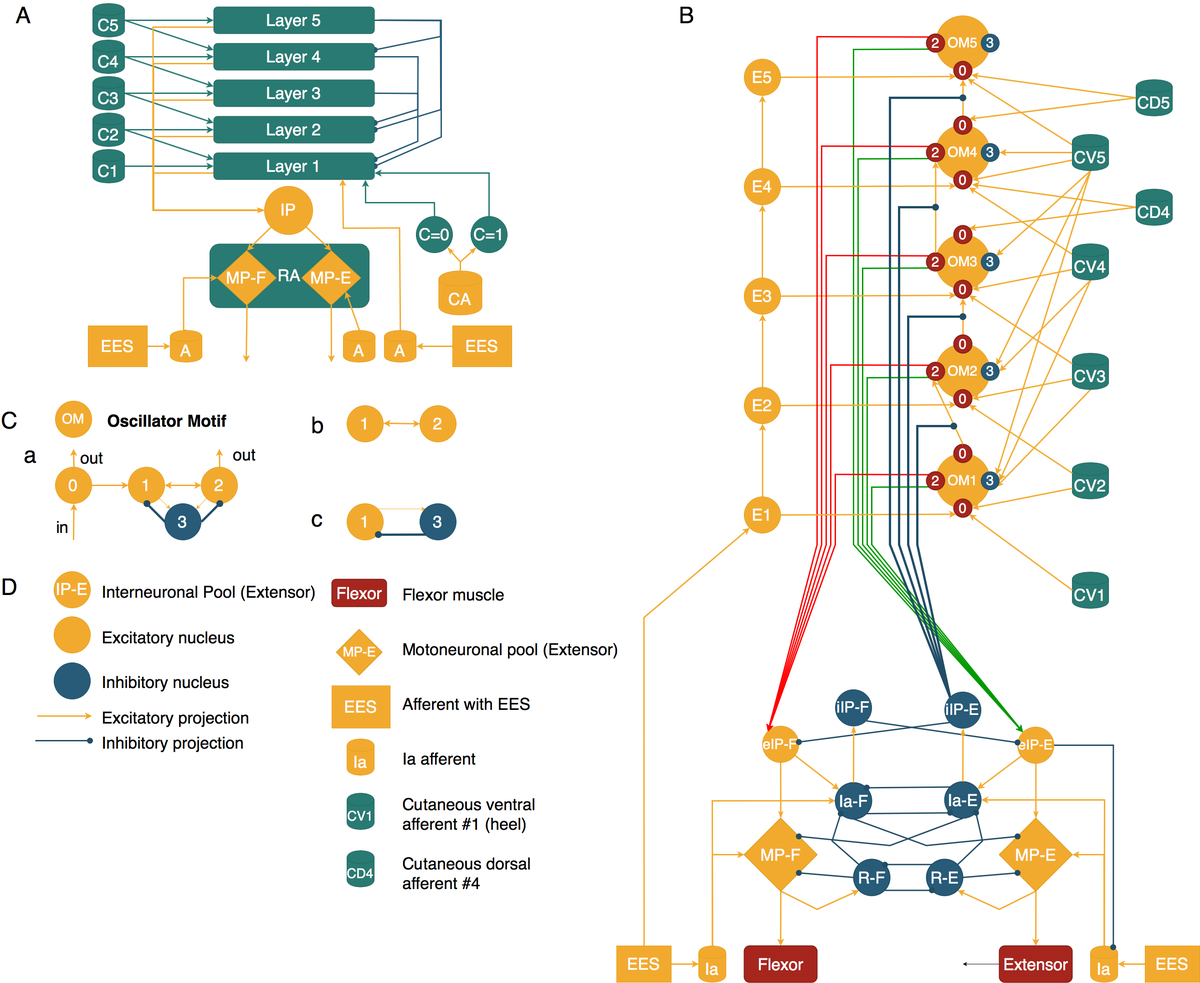
The draw.io diagram doc/diagram/cpg_FE_combined.png in research-team/memristive-spinal-cord, before a commit. Source tidied: cells renumbered, new cells last; positions are measured from the earlier drawing's top-left corner, leaving out a move shared by most shapes.
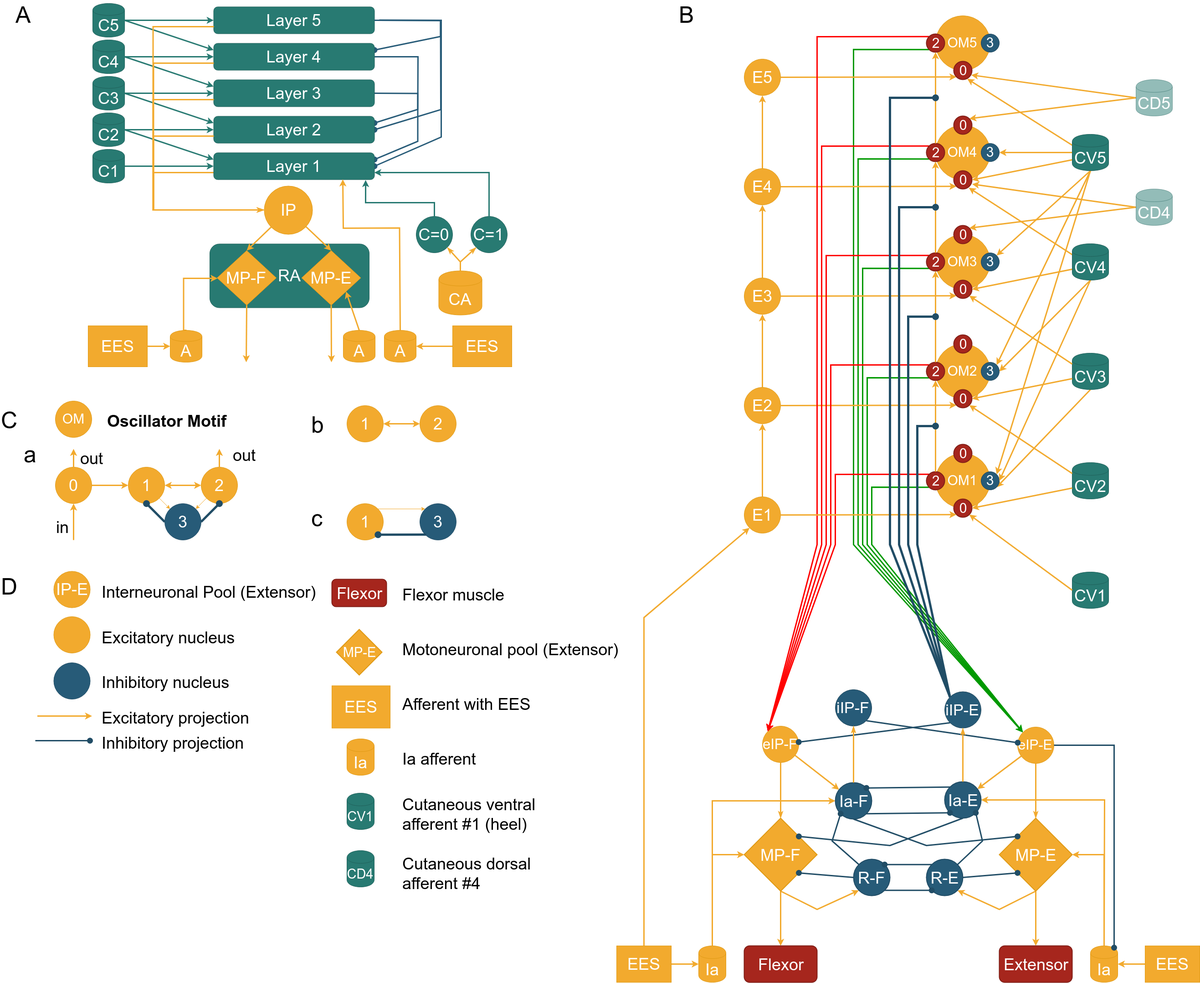
After the commit.

Commit message:
updated 2 muscle prosthesis

Diff of the diagram source:
```diff
@@ -489,11 +489,6 @@
     <mxCell id="109" value="&lt;font style=&quot;font-size: 36px&quot;&gt;R-E&lt;/font&gt;" style="ellipse;whiteSpace=wrap;html=1;strokeColor=#214D66;strokeWidth=2;fillColor=#275b78;fontSize=30;fontColor=#FFFFFF;gradientColor=none;" parent="1" vertex="1">
       <mxGeometry x="2033" y="1884" width="80" height="80" as="geometry" />
     </mxCell>
-    <mxCell id="110" style="edgeStyle=orthogonalEdgeStyle;rounded=0;jettySize=auto;html=1;" parent="1" edge="1" source="111">
-      <mxGeometry relative="1" as="geometry">
-        <mxPoint x="2113" y="2114" as="targetPoint" />
-      </mxGeometry>
-    </mxCell>
     <mxCell id="111" value="&lt;font style=&quot;font-size: 36px&quot;&gt;Extensor&lt;/font&gt;" style="rounded=1;whiteSpace=wrap;html=1;strokeColor=#821E17;strokeWidth=2;fillColor=#a6261d;fontSize=30;fontColor=#FFFFFF;gradientColor=none;" parent="1" vertex="1">
       <mxGeometry x="2193" y="2074" width="160" height="80" as="geometry" />
     </mxCell>
@@ -649,7 +644,7 @@
     <mxCell id="148" style="rounded=0;jettySize=auto;html=1;exitX=0;exitY=0.5;exitDx=0;exitDy=0;strokeWidth=3;fillColor=#ffcd28;strokeColor=#F2AA2E;shadow=0;fontSize=30;fontColor=#FFFFFF;align=left;gradientColor=#ffa500;labelBackgroundColor=none;endFill=1;endSize=6;startFill=0;startArrow=none;startSize=6;entryX=0.958;entryY=0.75;entryDx=0;entryDy=0;entryPerimeter=0;" parent="1" edge="1" source="149" target="176">
       <mxGeometry relative="1" as="geometry" />
     </mxCell>
-    <mxCell id="149" value="&lt;font style=&quot;font-size: 36px&quot;&gt;CD5&lt;/font&gt;" style="shape=cylinder;whiteSpace=wrap;html=1;boundedLbl=1;backgroundOutline=1;rounded=1;shadow=0;glass=0;strokeColor=#20615B;strokeWidth=1;fillColor=#287a72;gradientColor=none;fontSize=30;align=center;fontColor=#FFFFFF;" parent="1" vertex="1">
+    <mxCell id="149" value="&lt;font style=&quot;font-size: 36px&quot;&gt;CD5&lt;/font&gt;" style="shape=cylinder;whiteSpace=wrap;html=1;boundedLbl=1;backgroundOutline=1;rounded=1;shadow=0;glass=0;strokeColor=#20615B;strokeWidth=1;fillColor=#287a72;gradientColor=none;fontSize=30;align=center;fontColor=#FFFFFF;opacity=50;" parent="1" vertex="1">
       <mxGeometry x="2493" y="174" width="80" height="80" as="geometry" />
     </mxCell>
     <mxCell id="150" style="rounded=0;jettySize=auto;html=1;exitX=0;exitY=0.5;exitDx=0;exitDy=0;strokeWidth=3;fillColor=#ffcd28;strokeColor=#F2AA2E;shadow=0;fontSize=30;fontColor=#FFFFFF;align=left;gradientColor=#ffa500;labelBackgroundColor=none;endFill=1;endSize=6;startFill=0;startArrow=none;startSize=6;entryX=1.008;entryY=0.733;entryDx=0;entryDy=0;entryPerimeter=0;" parent="1" edge="1" source="152" target="180">
@@ -658,7 +653,7 @@
     <mxCell id="151" style="rounded=0;jettySize=auto;html=1;exitX=0;exitY=0.5;exitDx=0;exitDy=0;strokeWidth=3;fillColor=#ffcd28;strokeColor=#F2AA2E;shadow=0;fontSize=30;fontColor=#FFFFFF;align=left;gradientColor=#ffa500;labelBackgroundColor=none;endFill=1;endSize=6;startFill=0;startArrow=none;startSize=6;entryX=1;entryY=0;entryDx=0;entryDy=0;" parent="1" edge="1" source="152" target="194">
       <mxGeometry relative="1" as="geometry" />
     </mxCell>
-    <mxCell id="152" value="&lt;font style=&quot;font-size: 36px&quot;&gt;CD4&lt;/font&gt;" style="shape=cylinder;whiteSpace=wrap;html=1;boundedLbl=1;backgroundOutline=1;rounded=1;shadow=0;glass=0;strokeColor=#20615B;strokeWidth=1;fillColor=#287a72;gradientColor=none;fontSize=30;align=center;fontColor=#FFFFFF;" parent="1" vertex="1">
+    <mxCell id="152" value="&lt;font style=&quot;font-size: 36px&quot;&gt;CD4&lt;/font&gt;" style="shape=cylinder;whiteSpace=wrap;html=1;boundedLbl=1;backgroundOutline=1;rounded=1;shadow=0;glass=0;strokeColor=#20615B;strokeWidth=1;fillColor=#287a72;gradientColor=none;fontSize=30;align=center;fontColor=#FFFFFF;opacity=50;" parent="1" vertex="1">
       <mxGeometry x="2493" y="414" width="80" height="80" as="geometry" />
     </mxCell>
     <mxCell id="153" value="B" style="text;html=1;align=left;verticalAlign=top;spacingTop=-4;fontSize=50;fontColor=#000000;" parent="1" vertex="1">
@@ -745,8 +740,10 @@
     <mxCell id="180" value="0" style="ellipse;whiteSpace=wrap;html=1;fontSize=30;verticalAlign=middle;align=center;fillColor=#a6261d;strokeColor=#821E17;rounded=1;fontColor=#FFFFFF;strokeWidth=2;gradientColor=none;" parent="1" vertex="1">
       <mxGeometry x="2093" y="374" width="40" height="40" as="geometry" />
     </mxCell>
-    <mxCell id="181" style="rounded=0;jettySize=auto;html=1;exitX=0.5;exitY=0;exitDx=0;exitDy=0;entryX=0.5;entryY=1;entryDx=0;entryDy=0;fontSize=30;shadow=0;fontColor=#FFFFFF;align=left;strokeColor=#F2AA2E;strokeWidth=3;fillColor=#ffcd28;gradientColor=#ffa500;labelBackgroundColor=none;endFill=1;endSize=6;startFill=0;startArrow=none;startSize=6;" parent="1" edge="1" source="182" target="176">
-      <mxGeometry relative="1" as="geometry" />
+    <mxCell id="181" style="rounded=0;jettySize=auto;html=1;exitX=0.5;exitY=0;exitDx=0;exitDy=0;fontSize=30;shadow=0;fontColor=#FFFFFF;align=left;strokeColor=#F2AA2E;strokeWidth=3;fillColor=#ffcd28;gradientColor=#ffa500;labelBackgroundColor=none;endFill=1;endSize=6;startFill=0;startArrow=none;startSize=6;" parent="1" edge="1" source="179">
+      <mxGeometry relative="1" as="geometry">
+        <mxPoint x="2053" y="114" as="targetPoint" />
+      </mxGeometry>
     </mxCell>
     <mxCell id="182" value="0" style="ellipse;whiteSpace=wrap;html=1;fontSize=30;verticalAlign=middle;align=center;fillColor=#a6261d;strokeColor=#821E17;rounded=1;fontColor=#FFFFFF;strokeWidth=2;gradientColor=none;" parent="1" vertex="1">
       <mxGeometry x="2093" y="254" width="40" height="40" as="geometry" />
@@ -775,7 +772,7 @@
     <mxCell id="190" value="0" style="ellipse;whiteSpace=wrap;html=1;fontSize=30;verticalAlign=middle;align=center;fillColor=#a6261d;strokeColor=#821E17;rounded=1;fontColor=#FFFFFF;strokeWidth=2;gradientColor=none;" parent="1" vertex="1">
       <mxGeometry x="2093" y="854" width="40" height="40" as="geometry" />
     </mxCell>
-    <mxCell id="191" style="rounded=0;jettySize=auto;html=1;exitX=0.5;exitY=0;exitDx=0;exitDy=0;entryX=0.5;entryY=1;entryDx=0;entryDy=0;fontSize=30;shadow=0;fontColor=#FFFFFF;align=left;strokeColor=#F2AA2E;strokeWidth=3;fillColor=#ffcd28;gradientColor=#ffa500;labelBackgroundColor=none;endFill=1;endSize=6;startFill=0;startArrow=none;startSize=6;" parent="1" edge="1" source="192" target="186">
+    <mxCell id="191" style="rounded=0;jettySize=auto;html=1;exitX=0.5;exitY=0;exitDx=0;exitDy=0;entryX=0.5;entryY=1;entryDx=0;entryDy=0;fontSize=30;shadow=0;fontColor=#FFFFFF;align=left;strokeColor=#F2AA2E;strokeWidth=3;fillColor=#ffcd28;gradientColor=#ffa500;labelBackgroundColor=none;endFill=1;endSize=6;startFill=0;startArrow=none;startSize=6;" parent="1" edge="1" source="189" target="185">
       <mxGeometry relative="1" as="geometry" />
     </mxCell>
     <mxCell id="192" value="0" style="ellipse;whiteSpace=wrap;html=1;fontSize=30;verticalAlign=middle;align=center;fillColor=#a6261d;strokeColor=#821E17;rounded=1;fontColor=#FFFFFF;strokeWidth=2;gradientColor=none;" parent="1" vertex="1">
@@ -802,7 +799,7 @@
     <mxCell id="199" value="0" style="ellipse;whiteSpace=wrap;html=1;fontSize=30;verticalAlign=middle;align=center;fillColor=#a6261d;strokeColor=#821E17;rounded=1;fontColor=#FFFFFF;strokeWidth=2;gradientColor=none;" parent="1" vertex="1">
       <mxGeometry x="2093" y="974" width="40" height="40" as="geometry" />
     </mxCell>
-    <mxCell id="200" style="rounded=0;jettySize=auto;html=1;exitX=0.5;exitY=0;exitDx=0;exitDy=0;entryX=0.325;entryY=0.954;entryDx=0;entryDy=0;fontSize=30;shadow=0;fontColor=#FFFFFF;align=left;strokeColor=#F2AA2E;strokeWidth=3;fillColor=#ffcd28;gradientColor=#ffa500;labelBackgroundColor=none;endFill=1;endSize=6;startFill=0;startArrow=none;startSize=6;entryPerimeter=0;" parent="1" edge="1" source="199" target="189">
+    <mxCell id="200" style="rounded=0;jettySize=auto;html=1;exitX=0.5;exitY=0;exitDx=0;exitDy=0;entryX=0.5;entryY=1;entryDx=0;entryDy=0;fontSize=30;shadow=0;fontColor=#FFFFFF;align=left;strokeColor=#F2AA2E;strokeWidth=3;fillColor=#ffcd28;gradientColor=#ffa500;labelBackgroundColor=none;endFill=1;endSize=6;startFill=0;startArrow=none;startSize=6;" parent="1" edge="1" source="197" target="189">
       <mxGeometry relative="1" as="geometry" />
     </mxCell>
     <mxCell id="201" style="edgeStyle=none;rounded=0;comic=0;html=1;entryX=0;entryY=1;shadow=0;labelBackgroundColor=none;startArrow=none;startFill=0;startSize=6;endArrow=classic;endFill=1;endSize=6;jettySize=auto;strokeColor=#F2AA2E;strokeWidth=3;fillColor=#ffcd28;gradientColor=#ffa500;fontSize=20;fontColor=#FFFFFF;align=left;exitX=1;exitY=0.5;entryDx=0;entryDy=0;exitDx=0;exitDy=0;" parent="1" edge="1" source="169" target="198">
@@ -876,7 +873,7 @@
     </mxCell>
     <mxCell id="222" style="edgeStyle=none;rounded=0;comic=0;html=1;shadow=0;labelBackgroundColor=none;startArrow=none;startFill=0;startSize=6;endArrow=oval;endFill=1;endSize=10;jettySize=auto;strokeColor=#214D66;strokeWidth=5;fillColor=#dae8fc;gradientColor=#7ea6e0;fontSize=20;fontColor=#FFFFFF;align=left;exitX=0;exitY=0;exitDx=0;exitDy=0;" parent="1" edge="1" source="83">
       <mxGeometry relative="1" as="geometry">
-        <mxPoint x="2113" y="214" as="targetPoint" />
+        <mxPoint x="2053" y="214" as="targetPoint" />
         <Array as="points">
           <mxPoint x="1953" y="1194" />
           <mxPoint x="1953" y="214" />
@@ -894,7 +891,7 @@
     </mxCell>
     <mxCell id="224" style="edgeStyle=none;rounded=0;comic=0;html=1;shadow=0;labelBackgroundColor=none;startArrow=none;startFill=0;startSize=6;endArrow=oval;endFill=1;endSize=10;jettySize=auto;strokeColor=#214D66;strokeWidth=5;fillColor=#dae8fc;gradientColor=#7ea6e0;fontSize=20;fontColor=#FFFFFF;align=left;exitX=0;exitY=0;exitDx=0;exitDy=0;" parent="1" edge="1" source="83">
       <mxGeometry relative="1" as="geometry">
-        <mxPoint x="2113" y="694" as="targetPoint" />
+        <mxPoint x="2053" y="694" as="targetPoint" />
         <Array as="points">
           <mxPoint x="1993" y="1194" />
           <mxPoint x="1993" y="694" />
@@ -903,7 +900,7 @@
     </mxCell>
     <mxCell id="225" style="edgeStyle=none;rounded=0;comic=0;html=1;shadow=0;labelBackgroundColor=none;startArrow=none;startFill=0;startSize=6;endArrow=oval;endFill=1;endSize=10;jettySize=auto;strokeColor=#214D66;strokeWidth=5;fillColor=#dae8fc;gradientColor=#7ea6e0;fontSize=20;fontColor=#FFFFFF;align=left;exitX=0;exitY=0;exitDx=0;exitDy=0;" parent="1" edge="1" source="83">
       <mxGeometry relative="1" as="geometry">
-        <mxPoint x="2093" y="934" as="targetPoint" />
+        <mxPoint x="2053" y="934" as="targetPoint" />
         <Array as="points">
           <mxPoint x="2013" y="1194" />
           <mxPoint x="2013" y="934" />
```
